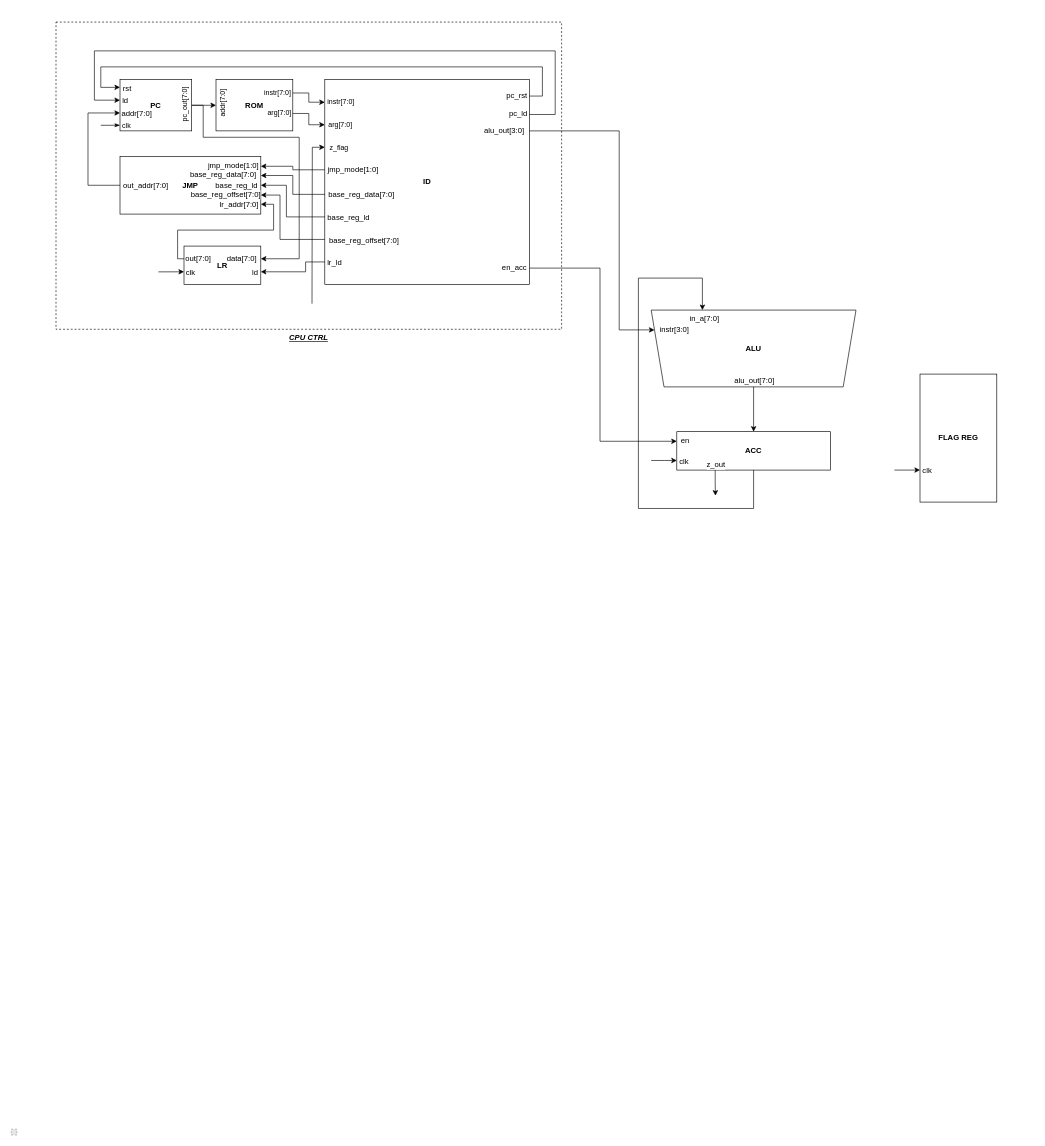
This is Docs/cpu.drawio from orszoooo/OneCycleCPU, a draw.io file, before an edit. Source tidied: cells renumbered, new cells numbered last; positions are measured from the earlier drawing's top-left corner, leaving out a move shared by most shapes. Both pictures are drawn from the tidied source at 64%, with x=0, y=0 at pixel (11, 22). Pictures stored in the file or linked from it are replaced by grey dashed boxes.
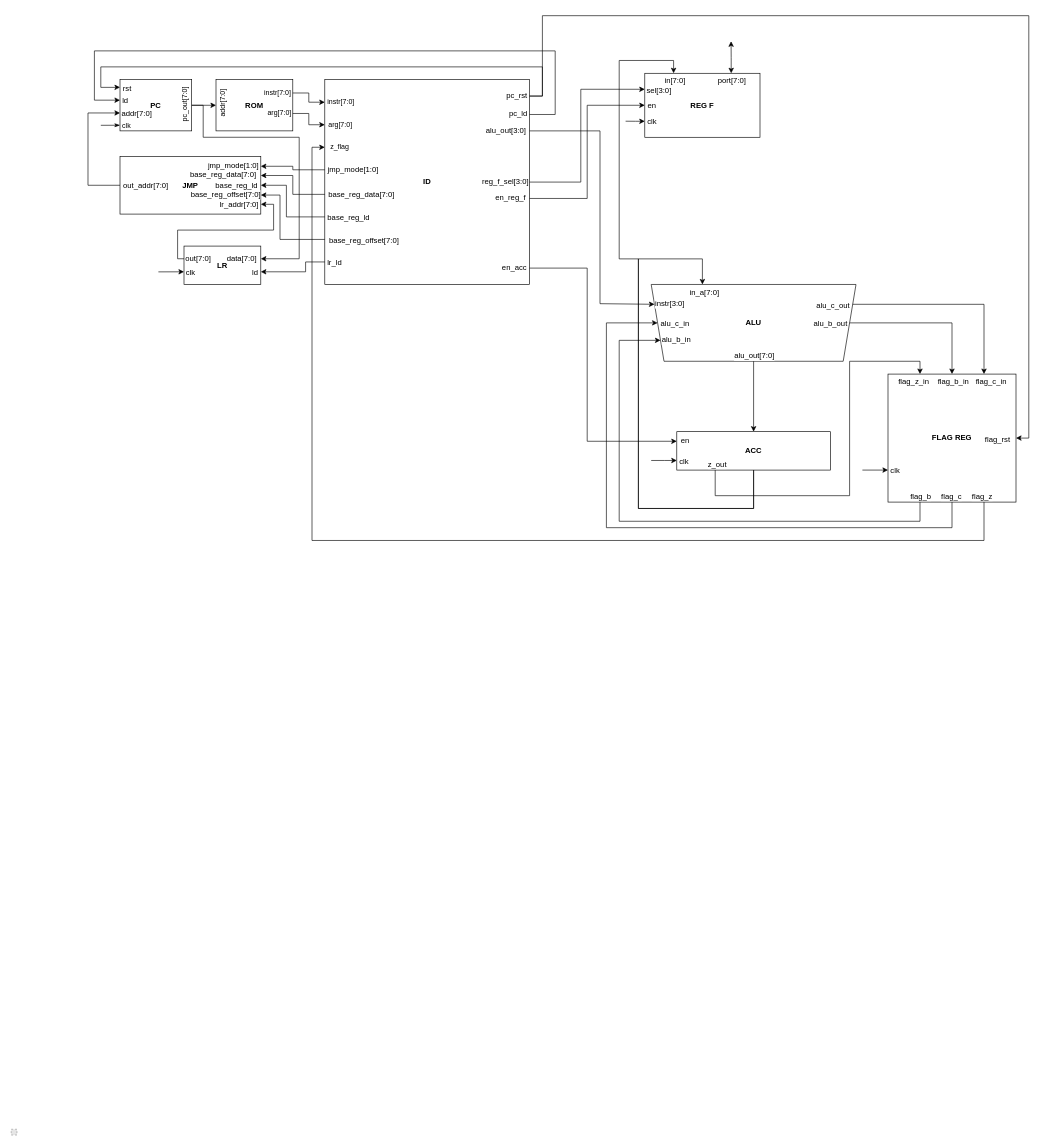
The same page after the edit.

Commit message (it also covers changes not shown here):
Reg_f minor fixes and schematic update

The change refers to these unchanged cells:
```xml
<mxCell id="4" value="ACC" style="rounded=0;whiteSpace=wrap;html=1;strokeColor=default;fontFamily=Helvetica;fontSize=12;fontColor=default;fillColor=default;fontStyle=1;points=[[0,0.25,0,0,0],[0,0.75,0,0,0],[0.25,1,0,0,0],[0.5,0,0,0,0],[0.5,1,0,0,0]];" parent="1" vertex="1">
  <mxGeometry x="1040" y="640" width="240" height="60" as="geometry" />
</mxCell>
<mxCell id="12" style="edgeStyle=orthogonalEdgeStyle;rounded=0;sketch=0;hachureGap=4;jiggle=2;curveFitting=1;html=1;exitX=0.5;exitY=1;exitDx=0;exitDy=0;fontFamily=Helvetica;fontSize=12;fontColor=default;startArrow=none;startFill=0;endArrow=classic;endFill=1;entryX=0.5;entryY=0;entryDx=0;entryDy=0;" parent="1" edge="1" source="11" target="4">
  <mxGeometry relative="1" as="geometry" />
</mxCell>
```

Change to the diagram source:
```diff
@@
+    <mxCell id="3" value="&lt;p&gt;&lt;span&gt;ID&lt;/span&gt;&lt;/p&gt;" style="rounded=0;whiteSpace=wrap;html=1;points=[[0,0.11,0,0,0],[0,0.22,0,0,0],[0,0.33,0,0,0],[0,0.44,0,0,0],[0,0.56,0,0,0],[0,0.67,0,0,0],[0,0.78,0,0,0],[0,0.89,0,0,0],[1,0.08,0,0,0],[1,0.17,0,0,0],[1,0.25,0,0,0],[1,0.33,0,0,0],[1,0.42,0,0,0],[1,0.5,0,0,0],[1,0.58,0,0,0],[1,0.67,0,0,0],[1,0.75,0,0,0],[1,0.83,0,0,0],[1,0.92,0,0,0]];fontStyle=1;" parent="1" vertex="1">
+      <mxGeometry x="490" y="90" width="320" height="320" as="geometry" />
+    </mxCell>
+    <mxCell id="72" value="REG F" style="rounded=0;whiteSpace=wrap;html=1;hachureGap=4;fontFamily=Helvetica;fontSize=12;fontStyle=1;points=[[0,0.25,0,0,0],[0,0.5,0,0,0],[0,0.75,0,0,0],[0.25,0,0,0,0],[0.5,1,0,0,0],[0.75,0,0,0,0]];" parent="1" vertex="1">
+      <mxGeometry x="990" y="80" width="180" height="100" as="geometry" />
+    </mxCell>
+    <mxCell id="73" style="edgeStyle=orthogonalEdgeStyle;rounded=0;sketch=0;hachureGap=4;jiggle=2;curveFitting=1;html=1;exitX=0.75;exitY=0;exitDx=0;exitDy=0;exitPerimeter=0;fontFamily=Helvetica;fontSize=12;startArrow=classic;startFill=1;endArrow=classic;endFill=1;" parent="1" edge="1" source="72">
+      <mxGeometry relative="1" as="geometry">
+        <mxPoint x="1124.8" y="30" as="targetPoint" />
+      </mxGeometry>
+    </mxCell>
+    <mxCell id="74" value="&lt;font style=&quot;font-size: 12px;&quot;&gt;port[7:0]&lt;/font&gt;" style="edgeLabel;html=1;align=center;verticalAlign=middle;fontSize=12;fontFamily=Helvetica;" parent="73" vertex="1">
+      <mxGeometry x="-0.16" relative="1" as="geometry">
+        <mxPoint y="31" as="offset" />
+      </mxGeometry>
+    </mxCell>
-    <mxCell id="2" value="FLAG REG" style="rounded=0;whiteSpace=wrap;html=1;hachureGap=4;fontFamily=Helvetica;fontSize=12;fontStyle=1;points=[[0,0.23,0,0,0],[0,0.75,0,0,0],[0.25,0,0,0,0],[0.25,1,0,0,0],[0.5,0,0,0,0],[0.5,1,0,0,0],[0.75,0,0,0,0],[0.75,1,0,0,0]];" parent="1" vertex="1">
-      <mxGeometry x="1420" y="550" width="120" height="200" as="geometry" />
+    <mxCell id="2" value="FLAG REG" style="rounded=0;whiteSpace=wrap;html=1;hachureGap=4;fontFamily=Helvetica;fontSize=12;fontStyle=1;points=[[0,0.75,0,0,0],[0.25,0,0,0,0],[0.25,1,0,0,0],[0.5,0,0,0,0],[0.5,1,0,0,0],[0.75,0,0,0,0],[0.75,1,0,0,0],[1,0.5,0,0,0]];" parent="1" vertex="1">
+      <mxGeometry x="1370" y="550" width="200" height="200" as="geometry" />
     </mxCell>
-    <mxCell id="3" value="&lt;p&gt;&lt;span&gt;ID&lt;/span&gt;&lt;/p&gt;" style="rounded=0;whiteSpace=wrap;html=1;points=[[0,0.11,0,0,0],[0,0.22,0,0,0],[0,0.33,0,0,0],[0,0.44,0,0,0],[0,0.56,0,0,0],[0,0.67,0,0,0],[0,0.78,0,0,0],[0,0.89,0,0,0],[1,0.08,0,0,0],[1,0.17,0,0,0],[1,0.25,0,0,0],[1,0.33,0,0,0],[1,0.42,0,0,0],[1,0.5,0,0,0],[1,0.58,0,0,0],[1,0.67,0,0,0],[1,0.75,0,0,0],[1,0.83,0,0,0],[1,0.92,0,0,0]];fontStyle=1;" parent="1" vertex="1">
-      <mxGeometry x="490" y="90" width="320" height="320" as="geometry" />
-    </mxCell>
+    <mxCell id="11" value="ALU" style="shape=trapezoid;perimeter=trapezoidPerimeter;whiteSpace=wrap;html=1;fixedSize=1;rounded=0;strokeColor=default;fontFamily=Helvetica;fontSize=12;fontColor=default;fillColor=default;flipV=1;fontStyle=1;" parent="1" vertex="1">
+      <mxGeometry x="1000" y="410" width="320" height="120" as="geometry" />
+    </mxCell>
+    <mxCell id="75" style="edgeStyle=orthogonalEdgeStyle;rounded=0;sketch=0;hachureGap=4;jiggle=2;curveFitting=1;html=1;exitX=0.5;exitY=0;exitDx=0;exitDy=0;exitPerimeter=0;entryX=1;entryY=0.5;entryDx=0;entryDy=0;fontFamily=Helvetica;fontSize=12;startArrow=classic;startFill=1;endArrow=none;endFill=0;" parent="1" edge="1" source="2" target="11">
+      <mxGeometry relative="1" as="geometry">
+        <Array as="points">
+          <mxPoint x="1470" y="470" />
+        </Array>
+      </mxGeometry>
+    </mxCell>
+    <mxCell id="76" value="alu_b_out" style="edgeLabel;html=1;align=center;verticalAlign=middle;fontSize=12;fontFamily=Helvetica;" parent="75" vertex="1">
+      <mxGeometry x="0.63" y="3" relative="1" as="geometry">
+        <mxPoint x="-75" y="-3" as="offset" />
+      </mxGeometry>
+    </mxCell>
+    <mxCell id="77" value="flag_b_in" style="edgeLabel;html=1;align=center;verticalAlign=middle;fontSize=12;fontFamily=Helvetica;" parent="75" vertex="1">
+      <mxGeometry x="-0.46" relative="1" as="geometry">
+        <mxPoint x="1" y="76" as="offset" />
+      </mxGeometry>
+    </mxCell>
+    <mxCell id="78" style="edgeStyle=orthogonalEdgeStyle;rounded=0;sketch=0;hachureGap=4;jiggle=2;curveFitting=1;html=1;exitX=0.25;exitY=1;exitDx=0;exitDy=0;exitPerimeter=0;entryX=0;entryY=0.75;entryDx=0;entryDy=0;fontFamily=Helvetica;fontSize=12;startArrow=none;startFill=0;endArrow=classic;endFill=1;" parent="1" edge="1" source="2" target="11">
+      <mxGeometry relative="1" as="geometry">
+        <Array as="points">
+          <mxPoint x="1420" y="780" />
+          <mxPoint x="950" y="780" />
+          <mxPoint x="950" y="497" />
+        </Array>
+      </mxGeometry>
+    </mxCell>
+    <mxCell id="79" value="alu_b_in" style="edgeLabel;html=1;align=center;verticalAlign=middle;fontSize=12;fontFamily=Helvetica;" parent="78" vertex="1">
+      <mxGeometry x="0.87" y="1" relative="1" as="geometry">
+        <mxPoint x="79" as="offset" />
+      </mxGeometry>
+    </mxCell>
+    <mxCell id="80" value="flag_b" style="edgeLabel;html=1;align=center;verticalAlign=middle;fontSize=12;fontFamily=Helvetica;" parent="78" vertex="1">
+      <mxGeometry x="-0.93" y="4" relative="1" as="geometry">
+        <mxPoint y="-44" as="offset" />
+      </mxGeometry>
+    </mxCell>
+    <mxCell id="81" style="edgeStyle=orthogonalEdgeStyle;rounded=0;sketch=0;hachureGap=4;jiggle=2;curveFitting=1;html=1;exitX=0.5;exitY=1;exitDx=0;exitDy=0;exitPerimeter=0;entryX=0;entryY=0.5;entryDx=0;entryDy=0;fontFamily=Helvetica;fontSize=12;startArrow=none;startFill=0;endArrow=classic;endFill=1;" parent="1" edge="1" source="2" target="11">
+      <mxGeometry relative="1" as="geometry">
+        <Array as="points">
+          <mxPoint x="1470" y="790" />
+          <mxPoint x="930" y="790" />
+          <mxPoint x="930" y="470" />
+        </Array>
+      </mxGeometry>
+    </mxCell>
+    <mxCell id="82" value="alu_c_in" style="edgeLabel;html=1;align=center;verticalAlign=middle;fontSize=12;fontFamily=Helvetica;" parent="81" vertex="1">
+      <mxGeometry x="0.86" y="3" relative="1" as="geometry">
+        <mxPoint x="95" y="3" as="offset" />
+      </mxGeometry>
+    </mxCell>
+    <mxCell id="83" value="flag_c" style="edgeLabel;html=1;align=center;verticalAlign=middle;fontSize=12;fontFamily=Helvetica;" parent="81" vertex="1">
+      <mxGeometry x="-0.79" y="1" relative="1" as="geometry">
+        <mxPoint x="61" y="-51" as="offset" />
+      </mxGeometry>
+    </mxCell>
+    <mxCell id="84" style="edgeStyle=orthogonalEdgeStyle;rounded=0;sketch=0;hachureGap=4;jiggle=2;curveFitting=1;html=1;exitX=1;exitY=0.5;exitDx=0;exitDy=0;exitPerimeter=0;fontFamily=Helvetica;fontSize=12;endArrow=none;endFill=0;startArrow=classic;startFill=1;entryX=1;entryY=0.08;entryDx=0;entryDy=0;entryPerimeter=0;" parent="1" edge="1" source="2" target="3">
+      <mxGeometry relative="1" as="geometry">
+        <Array as="points">
+          <mxPoint x="1590" y="650" />
+          <mxPoint x="1590" y="-10" />
+          <mxPoint x="830" y="-10" />
+          <mxPoint x="830" y="116" />
+        </Array>
+      </mxGeometry>
+    </mxCell>
+    <mxCell id="85" value="flag_rst" style="edgeLabel;html=1;align=center;verticalAlign=middle;fontSize=12;fontFamily=Helvetica;" parent="84" vertex="1">
+      <mxGeometry x="-0.97" y="-5" relative="1" as="geometry">
+        <mxPoint x="-55" y="6" as="offset" />
+      </mxGeometry>
+    </mxCell>
+    <mxCell id="86" style="edgeStyle=orthogonalEdgeStyle;rounded=0;sketch=0;hachureGap=4;jiggle=2;curveFitting=1;html=1;exitX=1;exitY=0.58;exitDx=0;exitDy=0;exitPerimeter=0;fontFamily=Helvetica;fontSize=12;startArrow=none;startFill=0;endArrow=classic;endFill=1;entryX=0;entryY=0.5;entryDx=0;entryDy=0;entryPerimeter=0;" parent="1" edge="1" source="3" target="72">
+      <mxGeometry relative="1" as="geometry" />
+    </mxCell>
+    <mxCell id="87" value="en" style="edgeLabel;html=1;align=center;verticalAlign=middle;fontSize=12;fontFamily=Helvetica;" parent="86" vertex="1">
+      <mxGeometry x="0.82" relative="1" as="geometry">
+        <mxPoint x="40" as="offset" />
+      </mxGeometry>
+    </mxCell>
+    <mxCell id="88" value="en_reg_f" style="edgeLabel;html=1;align=center;verticalAlign=middle;fontSize=12;fontFamily=Helvetica;" parent="86" vertex="1">
+      <mxGeometry x="-0.87" y="1" relative="1" as="geometry">
+        <mxPoint x="-52" as="offset" />
+      </mxGeometry>
+    </mxCell>
+    <mxCell id="89" style="edgeStyle=orthogonalEdgeStyle;rounded=0;sketch=0;hachureGap=4;jiggle=2;curveFitting=1;html=1;exitX=1;exitY=0.5;exitDx=0;exitDy=0;exitPerimeter=0;entryX=0;entryY=0.25;entryDx=0;entryDy=0;entryPerimeter=0;fontFamily=Helvetica;fontSize=12;startArrow=none;startFill=0;endArrow=classic;endFill=1;" parent="1" edge="1" source="3" target="72">
+      <mxGeometry relative="1" as="geometry">
+        <Array as="points">
+          <mxPoint x="890" y="250" />
+          <mxPoint x="890" y="105" />
+        </Array>
+      </mxGeometry>
+    </mxCell>
+    <mxCell id="90" value="sel[3:0]" style="edgeLabel;html=1;align=center;verticalAlign=middle;fontSize=12;fontFamily=Helvetica;" parent="89" vertex="1">
+      <mxGeometry x="0.82" y="-2" relative="1" as="geometry">
+        <mxPoint x="50" as="offset" />
+      </mxGeometry>
+    </mxCell>
+    <mxCell id="91" value="reg_f_sel[3:0]" style="edgeLabel;html=1;align=center;verticalAlign=middle;fontSize=12;fontFamily=Helvetica;" parent="89" vertex="1">
+      <mxGeometry x="-0.89" y="2" relative="1" as="geometry">
+        <mxPoint x="-57" as="offset" />
+      </mxGeometry>
+    </mxCell>
+    <mxCell id="92" style="edgeStyle=orthogonalEdgeStyle;rounded=0;sketch=0;hachureGap=4;jiggle=2;curveFitting=1;html=1;exitX=0.5;exitY=1;exitDx=0;exitDy=0;exitPerimeter=0;fontFamily=Helvetica;fontSize=12;startArrow=none;startFill=0;endArrow=classic;endFill=1;entryX=0.25;entryY=0;entryDx=0;entryDy=0;entryPerimeter=0;" parent="1" edge="1" source="4" target="72">
+      <mxGeometry relative="1" as="geometry">
+        <Array as="points">
+          <mxPoint x="1160" y="760" />
+          <mxPoint x="980" y="760" />
+          <mxPoint x="980" y="370" />
+          <mxPoint x="950" y="370" />
+          <mxPoint x="950" y="60" />
+          <mxPoint x="1035" y="60" />
+        </Array>
+      </mxGeometry>
+    </mxCell>
+    <mxCell id="93" value="in[7:0]" style="edgeLabel;html=1;align=center;verticalAlign=middle;fontSize=12;fontFamily=Helvetica;" parent="92" vertex="1">
+      <mxGeometry x="0.97" y="1" relative="1" as="geometry">
+        <mxPoint y="26" as="offset" />
+      </mxGeometry>
+    </mxCell>
@@
-    <mxCell id="7" value="CPU CTRL" style="rounded=0;whiteSpace=wrap;html=1;strokeColor=default;fontFamily=Helvetica;fontSize=12;fontColor=default;fillColor=none;labelPosition=center;verticalLabelPosition=bottom;align=center;verticalAlign=top;fontStyle=7;dashed=1;" parent="1" vertex="1">
-      <mxGeometry x="70" width="790" height="480" as="geometry" />
-    </mxCell>
     <mxCell id="8" style="edgeStyle=orthogonalEdgeStyle;rounded=0;sketch=0;hachureGap=4;jiggle=2;curveFitting=1;html=1;exitX=1;exitY=0.92;exitDx=0;exitDy=0;exitPerimeter=0;fontFamily=Helvetica;fontSize=12;fontColor=default;startArrow=none;startFill=0;endArrow=classic;endFill=1;entryX=0;entryY=0.25;entryDx=0;entryDy=0;entryPerimeter=0;" parent="1" edge="1" source="3" target="4">
       <mxGeometry relative="1" as="geometry">
         <Array as="points">
-          <mxPoint x="920" y="384" />
-          <mxPoint x="920" y="655" />
+          <mxPoint x="900" y="384" />
+          <mxPoint x="900" y="655" />
         </Array>
       </mxGeometry>
     </mxCell>
@@
-    <mxCell id="11" value="ALU" style="shape=trapezoid;perimeter=trapezoidPerimeter;whiteSpace=wrap;html=1;fixedSize=1;rounded=0;strokeColor=default;fontFamily=Helvetica;fontSize=12;fontColor=default;fillColor=default;flipV=1;fontStyle=1;" parent="1" vertex="1">
-      <mxGeometry x="1000" y="450" width="320" height="120" as="geometry" />
-    </mxCell>
+    <mxCell id="94" style="edgeStyle=orthogonalEdgeStyle;rounded=0;sketch=0;hachureGap=4;jiggle=2;curveFitting=1;html=1;exitX=1;exitY=0.25;exitDx=0;exitDy=0;entryX=0.75;entryY=0;entryDx=0;entryDy=0;entryPerimeter=0;fontFamily=Helvetica;fontSize=12;startArrow=none;startFill=0;endArrow=classic;endFill=1;" parent="1" edge="1" source="11" target="2">
+      <mxGeometry relative="1" as="geometry" />
+    </mxCell>
+    <mxCell id="95" value="alu_c_out" style="edgeLabel;html=1;align=center;verticalAlign=middle;fontSize=12;fontFamily=Helvetica;" parent="94" vertex="1">
+      <mxGeometry x="-0.82" y="-2" relative="1" as="geometry">
+        <mxPoint x="-59" as="offset" />
+      </mxGeometry>
+    </mxCell>
+    <mxCell id="96" value="flag_c_in" style="edgeLabel;html=1;align=center;verticalAlign=middle;fontSize=12;fontFamily=Helvetica;" parent="94" vertex="1">
+      <mxGeometry x="0.58" y="-1" relative="1" as="geometry">
+        <mxPoint x="11" y="78" as="offset" />
+      </mxGeometry>
+    </mxCell>
@@
     <mxCell id="13" value="alu_out[7:0]" style="edgeLabel;html=1;align=center;verticalAlign=middle;fontSize=12;fontFamily=Helvetica;fontColor=default;" parent="12" vertex="1">
       <mxGeometry x="-0.73" relative="1" as="geometry">
-        <mxPoint y="-19" as="offset" />
+        <mxPoint y="-24" as="offset" />
       </mxGeometry>
     </mxCell>
     <mxCell id="14" style="edgeStyle=orthogonalEdgeStyle;rounded=0;sketch=0;hachureGap=4;jiggle=2;curveFitting=1;html=1;exitX=1;exitY=0.25;exitDx=0;exitDy=0;exitPerimeter=0;fontFamily=Helvetica;fontSize=12;fontColor=default;startArrow=none;startFill=0;endArrow=classic;endFill=1;entryX=0;entryY=0.25;entryDx=0;entryDy=0;" parent="1" edge="1" source="3" target="11">
       <mxGeometry relative="1" as="geometry">
         <Array as="points">
-          <mxPoint x="950" y="170" />
-          <mxPoint x="950" y="481" />
+          <mxPoint x="920" y="170" />
+          <mxPoint x="920" y="440" />
+          <mxPoint x="1005" y="440" />
         </Array>
       </mxGeometry>
     </mxCell>
     <mxCell id="15" value="instr[3:0]" style="edgeLabel;html=1;align=center;verticalAlign=middle;fontSize=12;fontFamily=Helvetica;fontColor=default;" parent="14" vertex="1">
       <mxGeometry x="0.8" y="-4" relative="1" as="geometry">
-        <mxPoint x="80" y="-5" as="offset" />
+        <mxPoint x="70" y="-5" as="offset" />
       </mxGeometry>
     </mxCell>
     <mxCell id="16" value="alu_out[3:0]" style="edgeLabel;html=1;align=center;verticalAlign=middle;fontSize=12;fontFamily=Helvetica;fontColor=default;" parent="14" vertex="1">
       <mxGeometry x="-0.86" y="-2" relative="1" as="geometry">
-        <mxPoint x="-76" y="-3" as="offset" />
+        <mxPoint x="-71" y="-3" as="offset" />
       </mxGeometry>
     </mxCell>
@@
-    <mxCell id="46" style="edgeStyle=orthogonalEdgeStyle;html=1;exitX=0;exitY=0.33;exitDx=0;exitDy=0;exitPerimeter=0;startArrow=classic;startFill=1;endArrow=none;endFill=0;rounded=0;" parent="1" edge="1" source="3">
+    <mxCell id="46" style="edgeStyle=orthogonalEdgeStyle;html=1;exitX=0;exitY=0.33;exitDx=0;exitDy=0;exitPerimeter=0;startArrow=classic;startFill=1;endArrow=none;endFill=0;rounded=0;entryX=0.75;entryY=1;entryDx=0;entryDy=0;entryPerimeter=0;" parent="1" edge="1" source="3" target="2">
       <mxGeometry relative="1" as="geometry">
-        <mxPoint x="470" y="440" as="targetPoint" />
+        <Array as="points">
+          <mxPoint x="470" y="196" />
+          <mxPoint x="470" y="810" />
+          <mxPoint x="1520" y="810" />
+        </Array>
       </mxGeometry>
     </mxCell>
     <mxCell id="47" value="z_flag" style="edgeLabel;html=1;align=center;verticalAlign=middle;" parent="46" vertex="1">
       <mxGeometry x="0.39" y="2" relative="1" as="geometry">
-        <mxPoint x="39" y="-163" as="offset" />
+        <mxPoint x="-535" y="-614" as="offset" />
       </mxGeometry>
     </mxCell>
+    <mxCell id="97" value="flag_z" style="edgeLabel;html=1;align=center;verticalAlign=middle;fontSize=12;fontFamily=Helvetica;" parent="46" vertex="1">
+      <mxGeometry x="0.91" y="-1" relative="1" as="geometry">
+        <mxPoint x="15" y="-71" as="offset" />
+      </mxGeometry>
+    </mxCell>
@@
     <mxCell id="66" style="edgeStyle=orthogonalEdgeStyle;rounded=0;sketch=0;hachureGap=4;jiggle=2;curveFitting=1;html=1;exitX=0.5;exitY=1;exitDx=0;exitDy=0;fontFamily=Helvetica;fontSize=12;fontColor=default;startArrow=none;startFill=0;endArrow=classic;endFill=1;entryX=0.25;entryY=0;entryDx=0;entryDy=0;" parent="1" edge="1" source="4" target="11">
       <mxGeometry relative="1" as="geometry">
         <Array as="points">
           <mxPoint x="1160" y="760" />
           <mxPoint x="980" y="760" />
-          <mxPoint x="980" y="400" />
-          <mxPoint x="1080" y="400" />
+          <mxPoint x="980" y="370" />
+          <mxPoint x="1080" y="370" />
         </Array>
       </mxGeometry>
     </mxCell>
@@
-    <mxCell id="68" style="edgeStyle=orthogonalEdgeStyle;rounded=0;sketch=0;hachureGap=4;jiggle=2;curveFitting=1;html=1;exitX=0.25;exitY=1;exitDx=0;exitDy=0;exitPerimeter=0;fontFamily=Helvetica;fontSize=12;fontColor=default;startArrow=none;startFill=0;endArrow=classic;endFill=1;" parent="1" edge="1" source="4">
+    <mxCell id="68" style="edgeStyle=orthogonalEdgeStyle;rounded=0;sketch=0;hachureGap=4;jiggle=2;curveFitting=1;html=1;exitX=0.25;exitY=1;exitDx=0;exitDy=0;exitPerimeter=0;fontFamily=Helvetica;fontSize=12;fontColor=default;startArrow=none;startFill=0;endArrow=classic;endFill=1;entryX=0.25;entryY=0;entryDx=0;entryDy=0;entryPerimeter=0;" parent="1" edge="1" source="4" target="2">
       <mxGeometry relative="1" as="geometry">
-        <mxPoint x="1100.4" y="740" as="targetPoint" />
+        <Array as="points">
+          <mxPoint x="1100" y="740" />
+          <mxPoint x="1310" y="740" />
+          <mxPoint x="1310" y="530" />
+          <mxPoint x="1420" y="530" />
+        </Array>
       </mxGeometry>
     </mxCell>
     <mxCell id="69" value="z_out" style="edgeLabel;html=1;align=center;verticalAlign=middle;fontSize=12;fontFamily=Helvetica;fontColor=default;" parent="68" vertex="1">
       <mxGeometry x="-0.63" relative="1" as="geometry">
-        <mxPoint y="-17" as="offset" />
+        <mxPoint x="-67" y="-50" as="offset" />
       </mxGeometry>
     </mxCell>
+    <mxCell id="98" value="flag_z_in" style="edgeLabel;html=1;align=center;verticalAlign=middle;fontSize=12;fontFamily=Helvetica;" parent="68" vertex="1">
+      <mxGeometry x="0.81" y="-3" relative="1" as="geometry">
+        <mxPoint x="25" y="28" as="offset" />
+      </mxGeometry>
+    </mxCell>
     <mxCell id="70" style="edgeStyle=none;hachureGap=4;html=1;exitX=0;exitY=0.75;exitDx=0;exitDy=0;exitPerimeter=0;fontFamily=Helvetica;fontSize=12;endArrow=none;endFill=0;startArrow=classic;startFill=1;" parent="1" edge="1" source="2">
       <mxGeometry relative="1" as="geometry">
-        <mxPoint x="1380" y="700" as="targetPoint" />
+        <mxPoint x="1330" y="700" as="targetPoint" />
       </mxGeometry>
     </mxCell>
@@
+    <mxCell id="99" style="edgeStyle=orthogonalEdgeStyle;rounded=0;sketch=0;hachureGap=4;jiggle=2;curveFitting=1;html=1;exitX=0;exitY=0.75;exitDx=0;exitDy=0;exitPerimeter=0;fontFamily=Helvetica;fontSize=12;startArrow=classic;startFill=1;endArrow=none;endFill=0;" parent="1" edge="1" source="72">
+      <mxGeometry relative="1" as="geometry">
+        <mxPoint x="960" y="154.9" as="targetPoint" />
+      </mxGeometry>
+    </mxCell>
+    <mxCell id="100" value="clk" style="edgeLabel;html=1;align=center;verticalAlign=middle;fontSize=12;fontFamily=Helvetica;" parent="99" vertex="1">
+      <mxGeometry x="-0.69" relative="1" as="geometry">
+        <mxPoint x="15" as="offset" />
+      </mxGeometry>
+    </mxCell>
```
